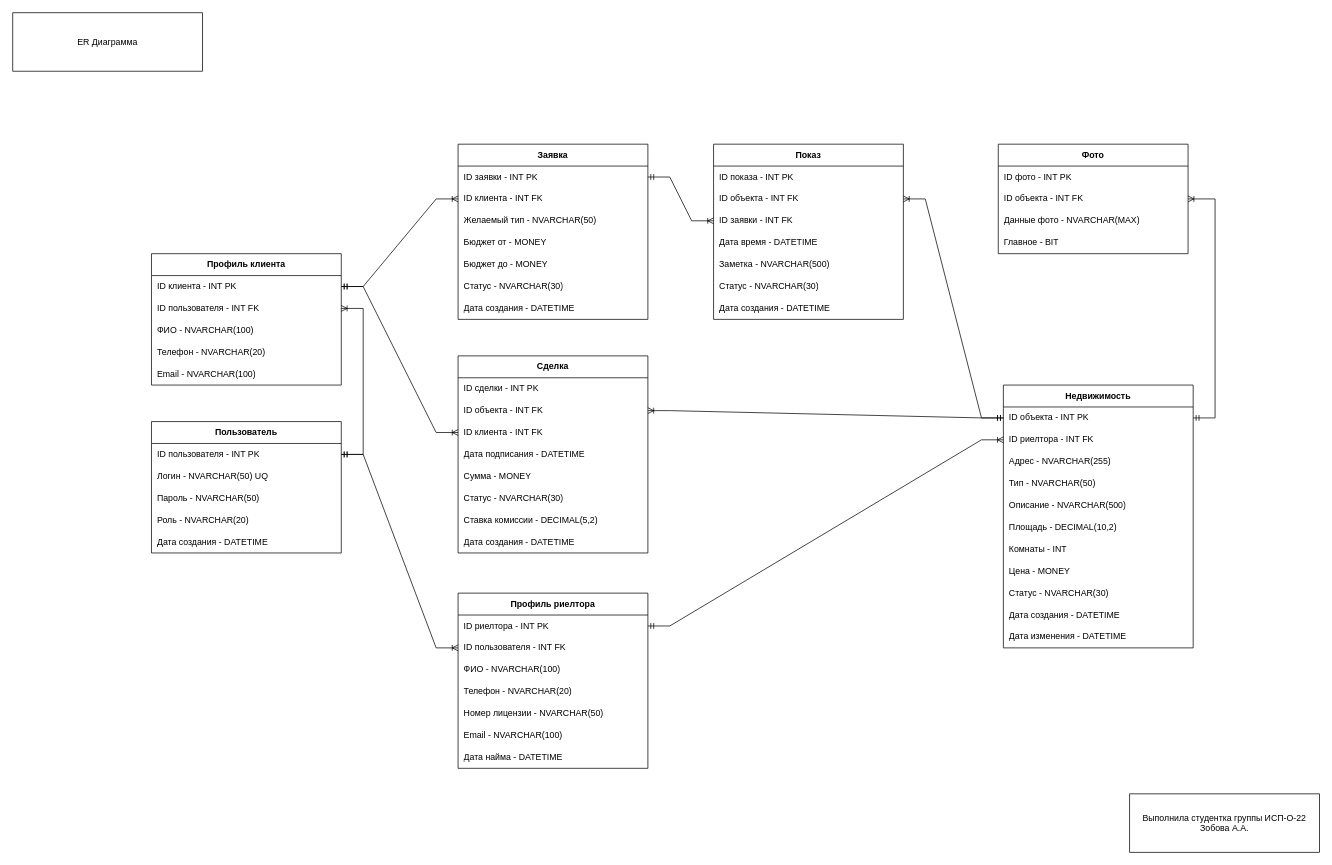
Before: page "ER" (1 of 6) of media/Диаграммы.drawio in ColdenI/Diploma-IS-estate-agency, a draw.io diagram. Source tidied: cells renumbered, new cells numbered last; positions are measured from the earlier drawing's top-left corner, leaving out a move shared by most shapes. Both pictures are drawn from the tidied source at 73%, with x=0, y=0 at pixel (12, 12).
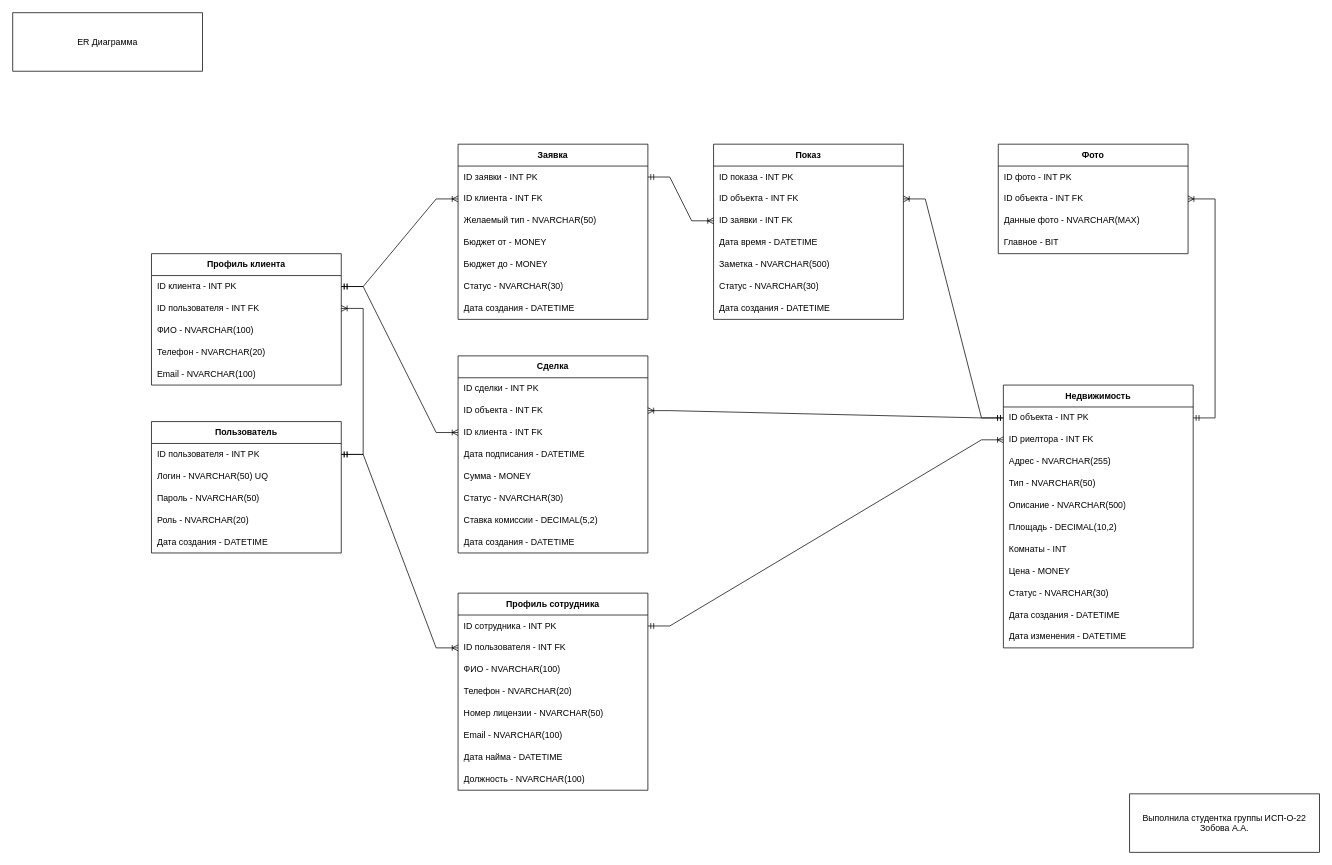
Above is the later version.

Unchanged cells that the change refers to:
```xml
<mxCell id="27" style="shape=tableRow;horizontal=0;startSize=0;swimlaneHead=0;swimlaneBody=0;fillColor=none;points=[[0,0.5],[1,0.5]];portConstraint=eastwest;top=0;left=0;right=0;bottom=0;html=1;" parent="26" vertex="1">
  <mxGeometry y="30" width="260" height="30" as="geometry" />
</mxCell>
```

The edit, as a diff of the source:
```diff
@@
-    <mxCell id="26" value="Профиль риелтора" style="shape=table;startSize=30;childLayout=tableLayout;rowLines=0;fontStyle=1;align=center;html=1;whiteSpace=wrap;" parent="1" vertex="1">
-      <mxGeometry x="610" y="795" width="260" height="240" as="geometry" />
+    <mxCell id="26" value="Профиль сотрудника" style="shape=table;startSize=30;childLayout=tableLayout;rowLines=0;fontStyle=1;align=center;html=1;whiteSpace=wrap;" parent="1" vertex="1">
+      <mxGeometry x="610" y="795" width="260" height="270" as="geometry" />
     </mxCell>
@@
-    <mxCell id="28" value="ID риелтора - INT PK" style="shape=partialRectangle;fillColor=none;top=0;left=0;bottom=0;right=0;align=left;spacingLeft=6;fontStyle=0;overflow=hidden;html=1;whiteSpace=wrap;" parent="27" vertex="1">
+    <mxCell id="28" value="ID сотрудника - INT PK" style="shape=partialRectangle;fillColor=none;top=0;left=0;bottom=0;right=0;align=left;spacingLeft=6;fontStyle=0;overflow=hidden;html=1;whiteSpace=wrap;" parent="27" vertex="1">
       <mxGeometry width="260" height="30" as="geometry" />
     </mxCell>
@@
+    <mxCell id="129" style="shape=tableRow;horizontal=0;startSize=0;swimlaneHead=0;swimlaneBody=0;fillColor=none;top=0;left=0;right=0;bottom=0;html=1;" parent="26" vertex="1">
+      <mxGeometry y="240" width="260" height="30" as="geometry" />
+    </mxCell>
+    <mxCell id="130" value="Должность - NVARCHAR(100)" style="shape=partialRectangle;fillColor=none;top=0;left=0;bottom=0;right=0;align=left;spacingLeft=6;fontStyle=0;overflow=hidden;html=1;whiteSpace=wrap;" parent="129" vertex="1">
+      <mxGeometry width="260" height="30" as="geometry" />
+    </mxCell>
```
